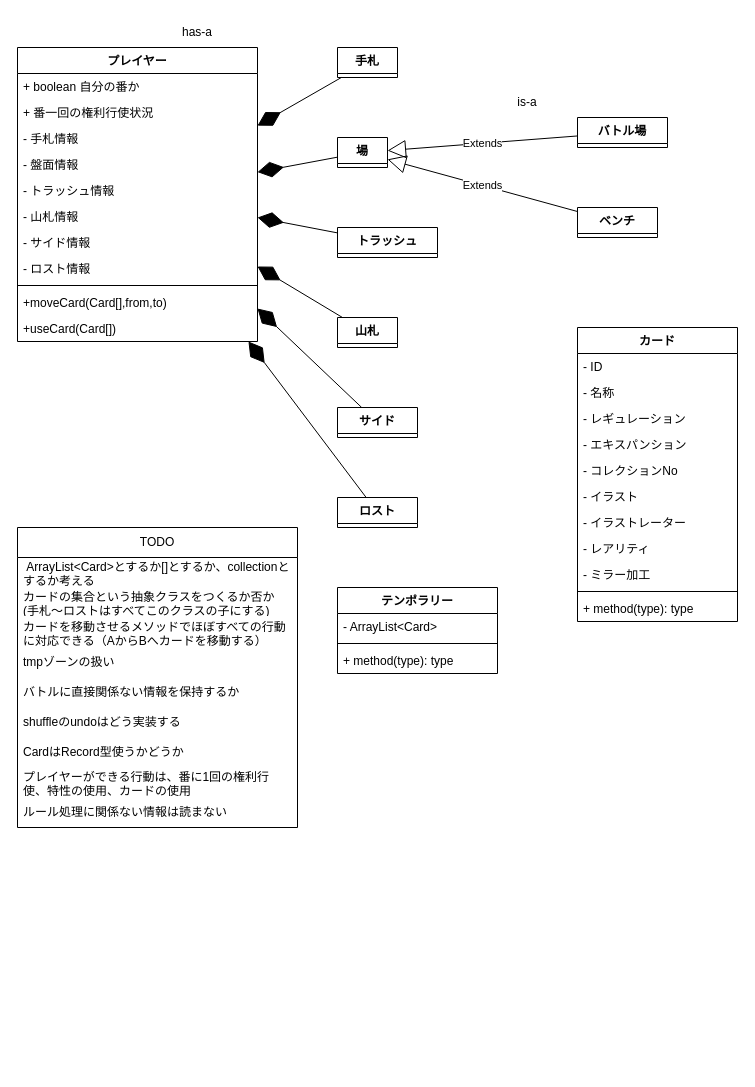
This is page "クラス図" (5 of 5) of データベース草案.drawio from tinatamago/ptcg, a draw.io file, before an edit. Source tidied: cells renumbered, new cells numbered last; positions are measured from the earlier drawing's top-left corner, leaving out a move shared by most shapes. Both pictures are drawn from the tidied source at 100%, with x=0, y=0 at pixel (17, 17).
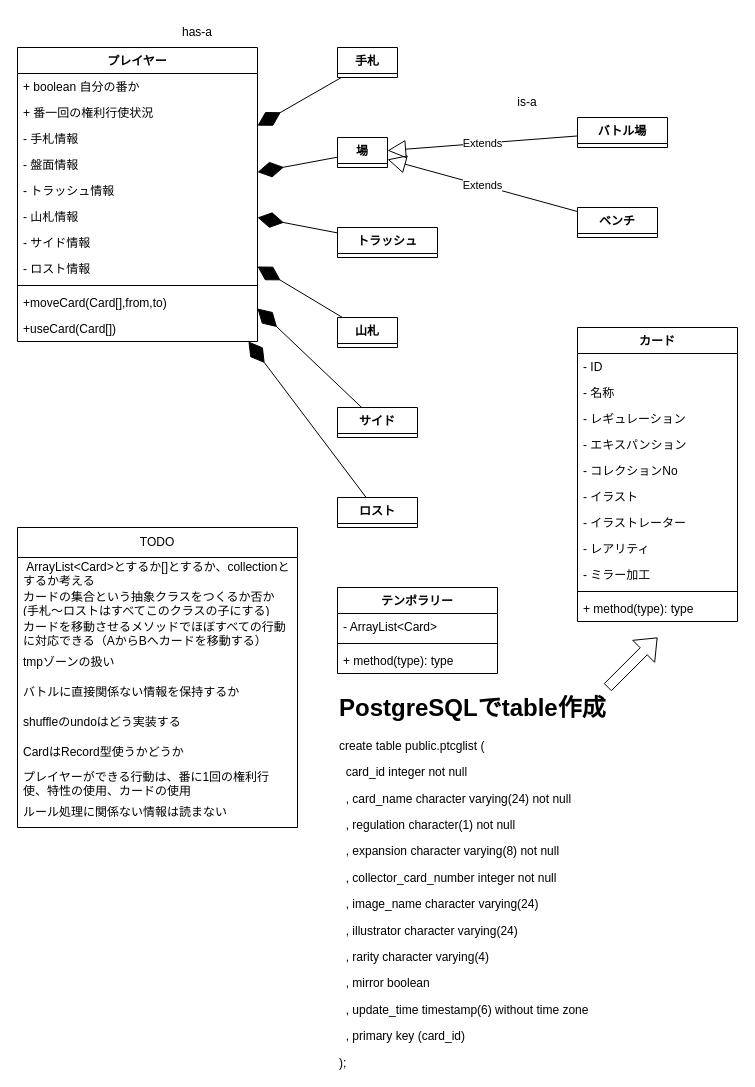
The same page after the edit.

Commit message:
データベース草案.drawio を更新します

Change to the diagram source:
```diff
@@
+    <mxCell id="58" value="&lt;h1 style=&quot;margin-top: 0px;&quot;&gt;PostgreSQLでtable作成&lt;/h1&gt;&lt;p&gt;create table public.ptcglist (&lt;/p&gt;&lt;p&gt;&amp;nbsp; card_id integer not null&lt;/p&gt;&lt;p&gt;&amp;nbsp; , card_name character varying(24) not null&lt;/p&gt;&lt;p&gt;&amp;nbsp; , regulation character(1) not null&lt;/p&gt;&lt;p&gt;&amp;nbsp; , expansion character varying(8) not null&lt;/p&gt;&lt;p&gt;&amp;nbsp; , collector_card_number integer not null&lt;/p&gt;&lt;p&gt;&amp;nbsp; , image_name character varying(24)&lt;/p&gt;&lt;p&gt;&amp;nbsp; , illustrator character varying(24)&lt;/p&gt;&lt;p&gt;&amp;nbsp; , rarity character varying(4)&lt;/p&gt;&lt;p&gt;&amp;nbsp; , mirror boolean&lt;/p&gt;&lt;p&gt;&amp;nbsp; , update_time timestamp(6) without time zone&lt;/p&gt;&lt;p&gt;&amp;nbsp; , primary key (card_id)&lt;/p&gt;&lt;p&gt;);&lt;/p&gt;" style="text;html=1;whiteSpace=wrap;overflow=hidden;rounded=0;" parent="1" vertex="1">
+      <mxGeometry x="320" y="670" width="360" height="380" as="geometry" />
+    </mxCell>
+    <mxCell id="59" style="shape=flexArrow;endArrow=classic;html=1;rounded=0;" parent="1" edge="1">
+      <mxGeometry relative="1" as="geometry">
+        <mxPoint x="590" y="670" as="sourcePoint" />
+        <mxPoint x="640" y="620" as="targetPoint" />
+      </mxGeometry>
+    </mxCell>
```
